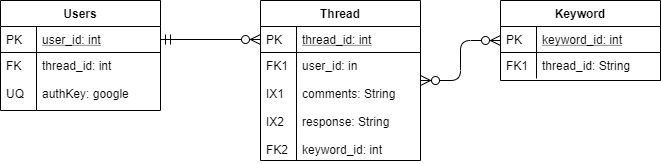
The draw.io diagram erd.png in team-lightbulb/team-lightbulb.github.io, before a commit. Source tidied: cells renumbered, new cells last; positions are measured from the earlier drawing's top-left corner, leaving out a move shared by most shapes. The source it was exported from:
```xml
<mxGraphModel>
  <root>
    <mxCell id="0" />
    <mxCell id="1" parent="0" />
    <mxCell id="2" value="Users" style="swimlane;fontStyle=1;horizontal=1;startSize=26;rounded=0;shadow=0;strokeWidth=1;" parent="1" vertex="1">
      <mxGeometry width="160" height="110" as="geometry" />
    </mxCell>
    <mxCell id="3" value="user_id: int" style="shape=partialRectangle;top=0;left=0;right=0;bottom=1;align=left;verticalAlign=top;fillColor=none;spacingLeft=40;spacingRight=4;overflow=hidden;points=[[0,0.5],[1,0.5]];portConstraint=eastwest;rounded=0;shadow=0;strokeWidth=1;fontStyle=4;" parent="2" vertex="1">
      <mxGeometry y="26" width="160" height="26" as="geometry" />
    </mxCell>
    <mxCell id="4" value="PK" style="shape=partialRectangle;top=0;left=0;bottom=0;fillColor=none;align=left;verticalAlign=top;spacingLeft=4;spacingRight=4;overflow=hidden;" parent="3" vertex="1">
      <mxGeometry width="36" height="26" as="geometry" />
    </mxCell>
    <mxCell id="5" value="thread_id: int&#10;&#10;authKey: google" style="shape=partialRectangle;top=0;left=0;right=0;bottom=0;align=left;verticalAlign=top;fillColor=none;spacingLeft=40;spacingRight=4;overflow=hidden;rounded=0;shadow=0;strokeWidth=1;" parent="2" vertex="1">
      <mxGeometry y="52" width="160" height="58" as="geometry" />
    </mxCell>
    <mxCell id="6" value="FK&#10;&#10;UQ" style="shape=partialRectangle;top=0;left=0;bottom=0;fillColor=none;align=left;verticalAlign=top;spacingLeft=4;spacingRight=4;overflow=hidden;" parent="5" vertex="1">
      <mxGeometry width="36" height="58" as="geometry" />
    </mxCell>
    <mxCell id="7" value="Thread" style="swimlane;fontStyle=1;horizontal=1;startSize=26;rounded=0;shadow=0;strokeWidth=1;" parent="1" vertex="1">
      <mxGeometry x="260" width="160" height="160" as="geometry" />
    </mxCell>
    <mxCell id="8" value="thread_id: int" style="shape=partialRectangle;top=0;left=0;right=0;bottom=1;align=left;verticalAlign=top;fillColor=none;spacingLeft=40;spacingRight=4;overflow=hidden;points=[[0,0.5],[1,0.5]];portConstraint=eastwest;rounded=0;shadow=0;strokeWidth=1;fontStyle=4;" parent="7" vertex="1">
      <mxGeometry y="26" width="160" height="26" as="geometry" />
    </mxCell>
    <mxCell id="9" value="PK" style="shape=partialRectangle;top=0;left=0;bottom=0;fillColor=none;align=left;verticalAlign=top;spacingLeft=4;spacingRight=4;overflow=hidden;" parent="8" vertex="1">
      <mxGeometry width="36" height="26" as="geometry" />
    </mxCell>
    <mxCell id="10" value="user_id: in&#10;&#10;comments: String&#10;&#10;response: String&#10;&#10;keyword_id: int" style="shape=partialRectangle;top=0;left=0;right=0;bottom=0;align=left;verticalAlign=top;fillColor=none;spacingLeft=40;spacingRight=4;overflow=hidden;rounded=0;shadow=0;strokeWidth=1;" parent="7" vertex="1">
      <mxGeometry y="52" width="160" height="108" as="geometry" />
    </mxCell>
    <mxCell id="11" value="FK1&#10;&#10;IX1&#10;&#10;IX2&#10;&#10;FK2" style="shape=partialRectangle;top=0;left=0;bottom=0;fillColor=none;align=left;verticalAlign=top;spacingLeft=4;spacingRight=4;overflow=hidden;" parent="10" vertex="1">
      <mxGeometry width="36" height="108" as="geometry" />
    </mxCell>
    <mxCell id="12" style="edgeStyle=orthogonalEdgeStyle;endArrow=ERzeroToMany;startArrow=ERmandOne;shadow=0;strokeWidth=1;endSize=8;startSize=8;" parent="1" edge="1" source="3" target="8">
      <mxGeometry relative="1" as="geometry" />
    </mxCell>
    <mxCell id="13" value="Keyword" style="swimlane;fontStyle=1;horizontal=1;startSize=26;rounded=0;shadow=0;strokeWidth=1;" parent="1" vertex="1">
      <mxGeometry x="500" width="160" height="80" as="geometry" />
    </mxCell>
    <mxCell id="14" value="keyword_id: int" style="shape=partialRectangle;top=0;left=0;right=0;bottom=1;align=left;verticalAlign=top;fillColor=none;spacingLeft=40;spacingRight=4;overflow=hidden;rounded=0;shadow=0;strokeWidth=1;fontStyle=4;" parent="13" vertex="1">
      <mxGeometry y="26" width="160" height="26" as="geometry" />
    </mxCell>
    <mxCell id="15" value="PK" style="shape=partialRectangle;top=0;left=0;bottom=0;fillColor=none;align=left;verticalAlign=top;spacingLeft=4;spacingRight=4;overflow=hidden;" parent="14" vertex="1">
      <mxGeometry width="36" height="26" as="geometry" />
    </mxCell>
    <mxCell id="16" value="thread_id: String" style="shape=partialRectangle;top=0;left=0;right=0;bottom=0;align=left;verticalAlign=top;fillColor=none;spacingLeft=40;spacingRight=4;overflow=hidden;rounded=0;shadow=0;strokeWidth=1;" parent="13" vertex="1">
      <mxGeometry y="52" width="160" height="26" as="geometry" />
    </mxCell>
    <mxCell id="17" value="FK1" style="shape=partialRectangle;top=0;left=0;bottom=0;fillColor=none;align=left;verticalAlign=top;spacingLeft=4;spacingRight=4;overflow=hidden;" parent="16" vertex="1">
      <mxGeometry width="36" height="26" as="geometry" />
    </mxCell>
    <mxCell id="18" style="edgeStyle=orthogonalEdgeStyle;endArrow=ERzeroToMany;startArrow=ERzeroToMany;shadow=0;strokeWidth=1;endSize=8;startSize=8;startFill=1;" parent="1" edge="1" source="7" target="13">
      <mxGeometry relative="1" as="geometry" />
    </mxCell>
  </root>
</mxGraphModel>
```
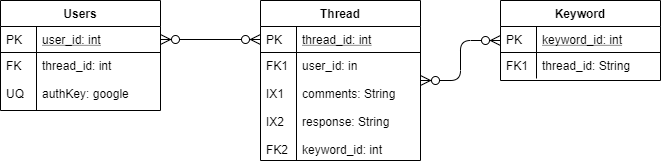
After the commit.

Diff of the diagram source:
```diff
@@ -32,7 +32,7 @@
     <mxCell id="11" value="FK1&#10;&#10;IX1&#10;&#10;IX2&#10;&#10;FK2" style="shape=partialRectangle;top=0;left=0;bottom=0;fillColor=none;align=left;verticalAlign=top;spacingLeft=4;spacingRight=4;overflow=hidden;" parent="10" vertex="1">
       <mxGeometry width="36" height="108" as="geometry" />
     </mxCell>
-    <mxCell id="12" style="edgeStyle=orthogonalEdgeStyle;endArrow=ERzeroToMany;startArrow=ERmandOne;shadow=0;strokeWidth=1;endSize=8;startSize=8;" parent="1" edge="1" source="3" target="8">
+    <mxCell id="12" style="edgeStyle=orthogonalEdgeStyle;endArrow=ERzeroToMany;startArrow=ERzeroToMany;shadow=0;strokeWidth=1;endSize=8;startSize=8;startFill=1;" parent="1" edge="1" source="3" target="8">
       <mxGeometry relative="1" as="geometry" />
     </mxCell>
     <mxCell id="13" value="Keyword" style="swimlane;fontStyle=1;horizontal=1;startSize=26;rounded=0;shadow=0;strokeWidth=1;" parent="1" vertex="1">
```
